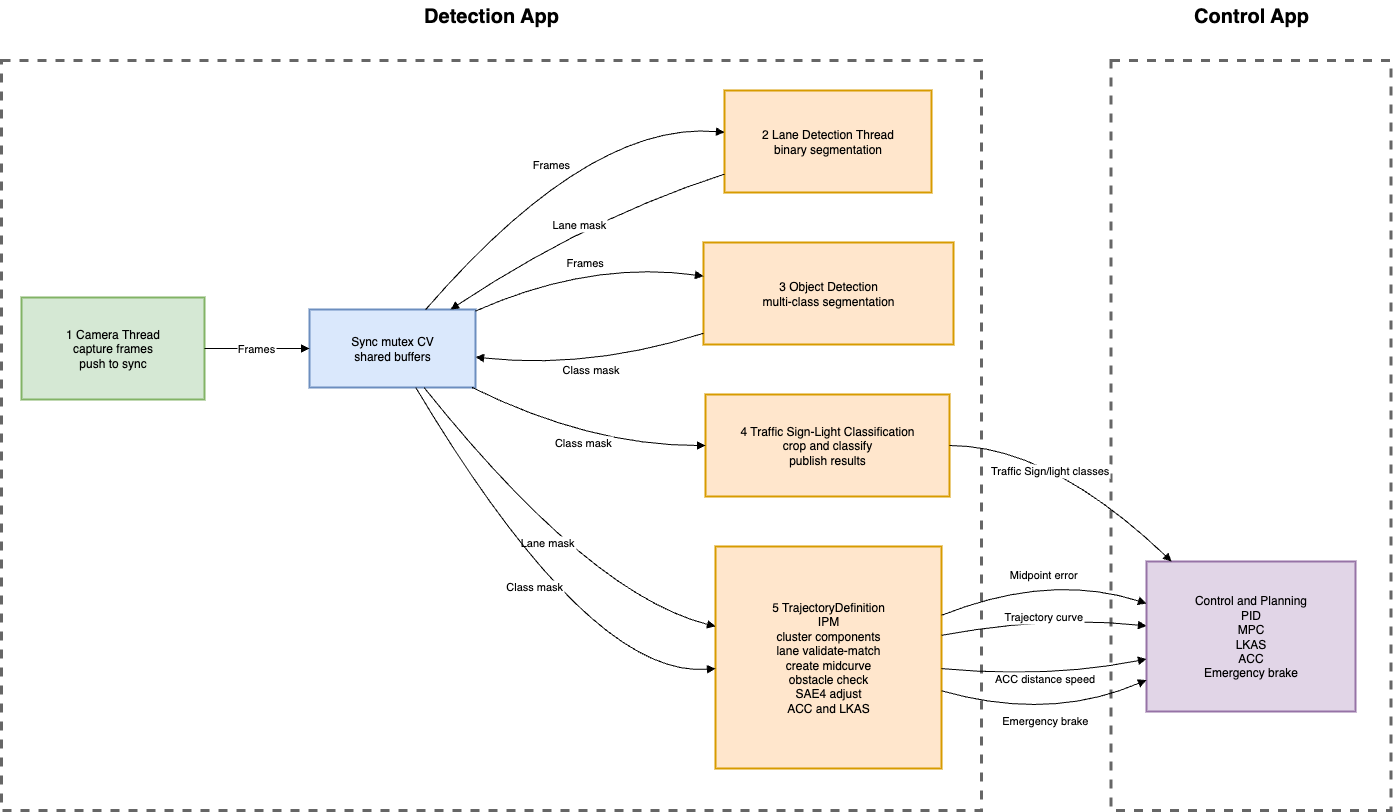
Before: docs/perception.drawio.png, a diagram exported from draw.io (SEAME-pt/Team02-JetsonNano). Source tidied: cells renumbered, new cells last; positions are measured from the earlier drawing's top-left corner, leaving out a move shared by most shapes.
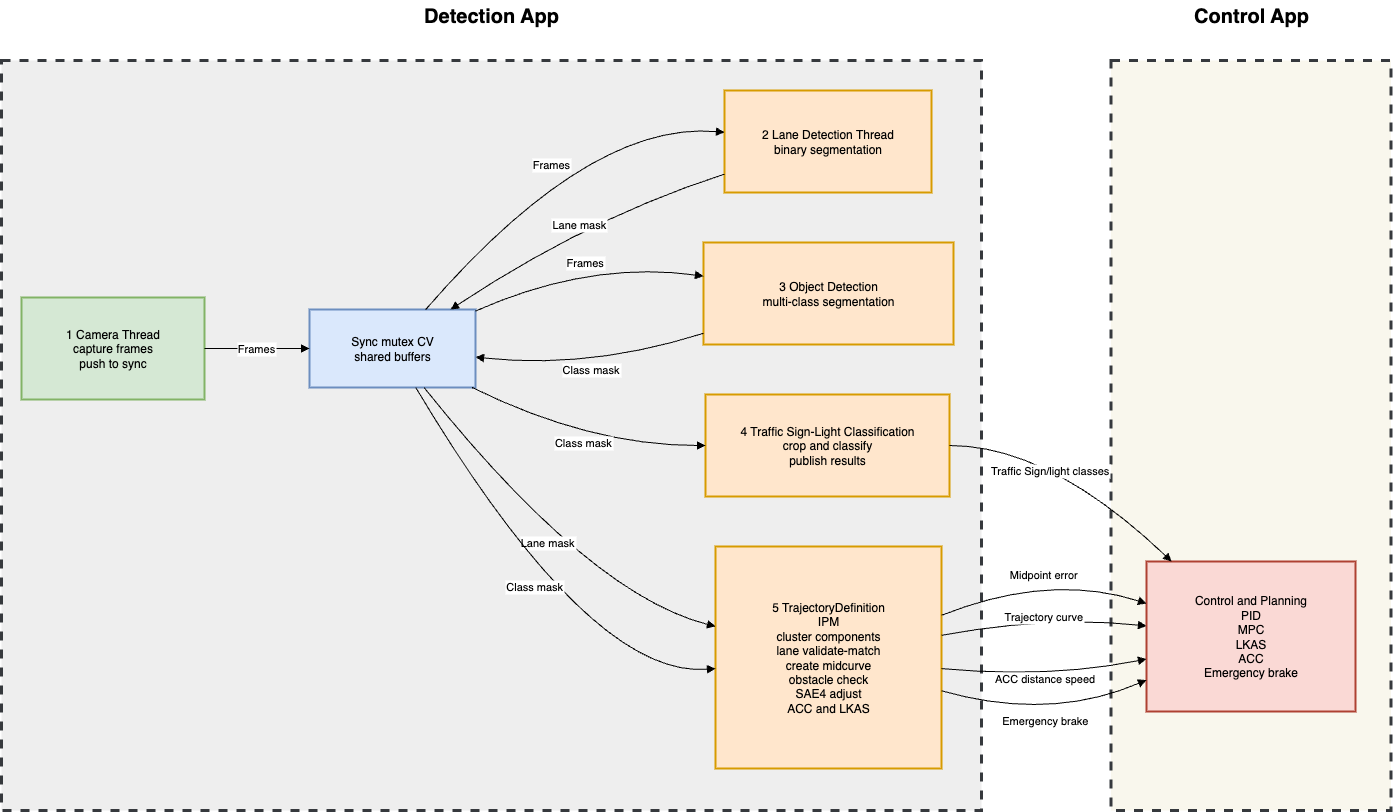
After the change.

Change to the diagram source:
```diff
@@ -2,10 +2,10 @@
   <root>
     <mxCell id="0" />
     <mxCell id="1" parent="0" />
-    <mxCell id="2" style="rounded=1;whiteSpace=wrap;html=1;fillColor=default;dashed=1;strokeColor=#666666;strokeWidth=3;align=center;verticalAlign=middle;fontFamily=Helvetica;fontSize=12;fontColor=#333333;arcSize=0;" parent="1" vertex="1">
+    <mxCell id="2" style="rounded=1;whiteSpace=wrap;html=1;fillColor=#f9f7ed;dashed=1;strokeWidth=3;align=center;verticalAlign=middle;fontFamily=Helvetica;fontSize=12;arcSize=0;strokeColor=#36393d;" parent="1" vertex="1">
       <mxGeometry x="1109.5" y="60" width="280" height="750" as="geometry" />
     </mxCell>
-    <mxCell id="3" style="rounded=1;whiteSpace=wrap;html=1;fillColor=default;fontColor=#333333;strokeColor=#666666;dashed=1;strokeWidth=3;shadow=0;glass=0;arcSize=0;" parent="1" vertex="1">
+    <mxCell id="3" style="rounded=1;whiteSpace=wrap;html=1;fillColor=#eeeeee;strokeColor=#36393d;dashed=1;strokeWidth=3;shadow=0;glass=0;arcSize=0;" parent="1" vertex="1">
       <mxGeometry y="60" width="980" height="750" as="geometry" />
     </mxCell>
     <mxCell id="4" value="1 Camera Thread&#10;capture frames&#10;push to sync" style="whiteSpace=wrap;strokeWidth=2;fillColor=#d5e8d4;strokeColor=#82b366;" parent="1" vertex="1">
@@ -26,7 +26,7 @@
     <mxCell id="9" value="5 TrajectoryDefinition&#10;IPM&#10;cluster components&#10;lane validate-match&#10;create midcurve&#10;obstacle check&#10;SAE4 adjust&#10;ACC and LKAS" style="whiteSpace=wrap;strokeWidth=2;fillColor=#ffe6cc;strokeColor=#d79b00;" parent="1" vertex="1">
       <mxGeometry x="714" y="546" width="226" height="222" as="geometry" />
     </mxCell>
-    <mxCell id="10" value="Control and Planning&#10;PID&#10;MPC&#10;LKAS&#10;ACC&#10;Emergency brake" style="whiteSpace=wrap;strokeWidth=2;fillColor=#e1d5e7;strokeColor=#9673a6;" parent="1" vertex="1">
+    <mxCell id="10" value="Control and Planning&#10;PID&#10;MPC&#10;LKAS&#10;ACC&#10;Emergency brake" style="whiteSpace=wrap;strokeWidth=2;fillColor=#fad9d5;strokeColor=#ae4132;" parent="1" vertex="1">
       <mxGeometry x="1145" y="561" width="209" height="150" as="geometry" />
     </mxCell>
     <mxCell id="11" value="Frames" style="curved=1;startArrow=none;endArrow=block;exitX=1;exitY=0.5;entryX=0;entryY=0.5;rounded=0;" parent="1" edge="1" source="4" target="5">
```
